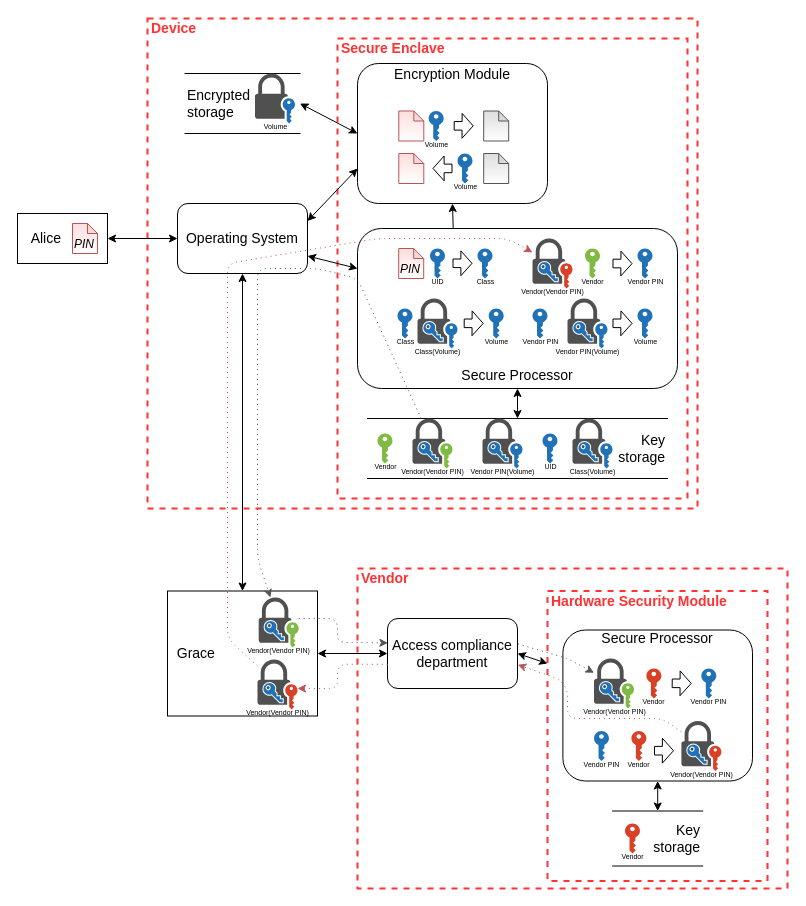
This is dfds/DAR-level-1-crypto-iphone-CLEAR.drawio from kkredit/confronting-wicked-crypto, a draw.io file, before an edit. Source tidied: cells renumbered, new cells numbered last; positions are measured from the earlier drawing's top-left corner, leaving out a move shared by most shapes. Both pictures are drawn from the tidied source at 100%, with x=0, y=0 at pixel (17, 18).
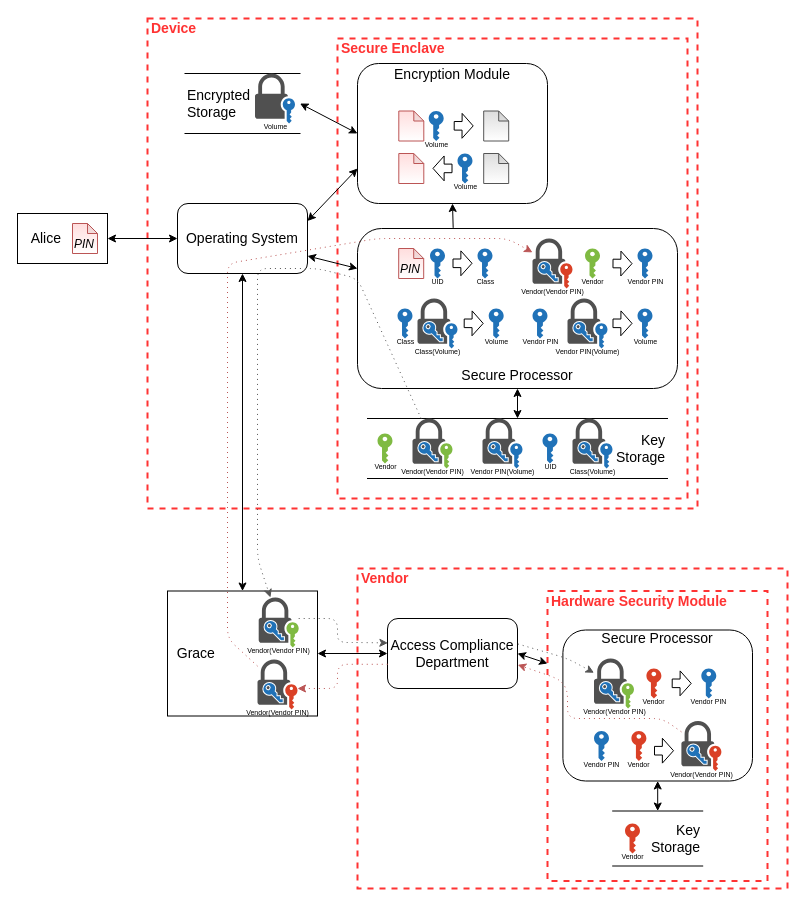
The same page after the edit.

Commit message (it also covers changes not shown here):
Update CLEAR and LDAMSR DFDs

The edit, as a diff of the source:
```diff
@@
-    <mxCell id="8" value="&lt;blockquote style=&quot;margin: 0 0 0 40px ; border: none ; padding: 0px&quot;&gt;&lt;/blockquote&gt;&lt;span style=&quot;font-size: 14px&quot;&gt;Key&lt;/span&gt;&lt;br&gt;&lt;font style=&quot;font-size: 14px&quot;&gt;storage&lt;/font&gt;" style="shape=partialRectangle;whiteSpace=wrap;html=1;left=0;right=0;fillColor=none;align=right;" parent="1" vertex="1">
+    <mxCell id="8" value="&lt;blockquote style=&quot;margin: 0 0 0 40px ; border: none ; padding: 0px&quot;&gt;&lt;/blockquote&gt;&lt;span style=&quot;font-size: 14px&quot;&gt;Key&lt;/span&gt;&lt;br&gt;&lt;font style=&quot;font-size: 14px&quot;&gt;Storage&lt;/font&gt;" style="shape=partialRectangle;whiteSpace=wrap;html=1;left=0;right=0;fillColor=none;align=right;" parent="1" vertex="1">
       <mxGeometry x="350" y="400" width="300" height="60" as="geometry" />
     </mxCell>
@@
-    <mxCell id="45" value="&lt;font style=&quot;font-size: 14px&quot;&gt;&lt;font style=&quot;font-size: 14px&quot;&gt;Encrypted&lt;br&gt;&lt;/font&gt;storage&lt;/font&gt;" style="shape=partialRectangle;whiteSpace=wrap;html=1;left=0;right=0;fillColor=none;align=left;" parent="1" vertex="1">
+    <mxCell id="45" value="&lt;font style=&quot;font-size: 14px&quot;&gt;&lt;font style=&quot;font-size: 14px&quot;&gt;Encrypted&lt;br&gt;&lt;/font&gt;Storage&lt;/font&gt;" style="shape=partialRectangle;whiteSpace=wrap;html=1;left=0;right=0;fillColor=none;align=left;" parent="1" vertex="1">
       <mxGeometry x="167.5" y="55" width="115" height="60" as="geometry" />
     </mxCell>
@@
-    <mxCell id="58" value="&lt;span style=&quot;font-size: 14px&quot;&gt;Access compliance department&lt;br&gt;&lt;/span&gt;" style="rounded=1;whiteSpace=wrap;html=1;" parent="1" vertex="1">
+    <mxCell id="58" value="&lt;span style=&quot;font-size: 14px&quot;&gt;Access Compliance Department&lt;br&gt;&lt;/span&gt;" style="rounded=1;whiteSpace=wrap;html=1;" parent="1" vertex="1">
       <mxGeometry x="370" y="600" width="130" height="70" as="geometry" />
     </mxCell>
@@
-    <mxCell id="63" value="&lt;blockquote style=&quot;margin: 0 0 0 40px ; border: none ; padding: 0px&quot;&gt;&lt;/blockquote&gt;&lt;span style=&quot;font-size: 14px&quot;&gt;Key&lt;/span&gt;&lt;br&gt;&lt;font style=&quot;font-size: 14px&quot;&gt;storage&lt;/font&gt;" style="shape=partialRectangle;whiteSpace=wrap;html=1;left=0;right=0;fillColor=none;align=right;" parent="1" vertex="1">
+    <mxCell id="63" value="&lt;blockquote style=&quot;margin: 0 0 0 40px ; border: none ; padding: 0px&quot;&gt;&lt;/blockquote&gt;&lt;span style=&quot;font-size: 14px&quot;&gt;Key&lt;/span&gt;&lt;br&gt;&lt;font style=&quot;font-size: 14px&quot;&gt;Storage&lt;/font&gt;" style="shape=partialRectangle;whiteSpace=wrap;html=1;left=0;right=0;fillColor=none;align=right;" parent="1" vertex="1">
       <mxGeometry x="595.2" y="792.5" width="90" height="55" as="geometry" />
     </mxCell>
```
